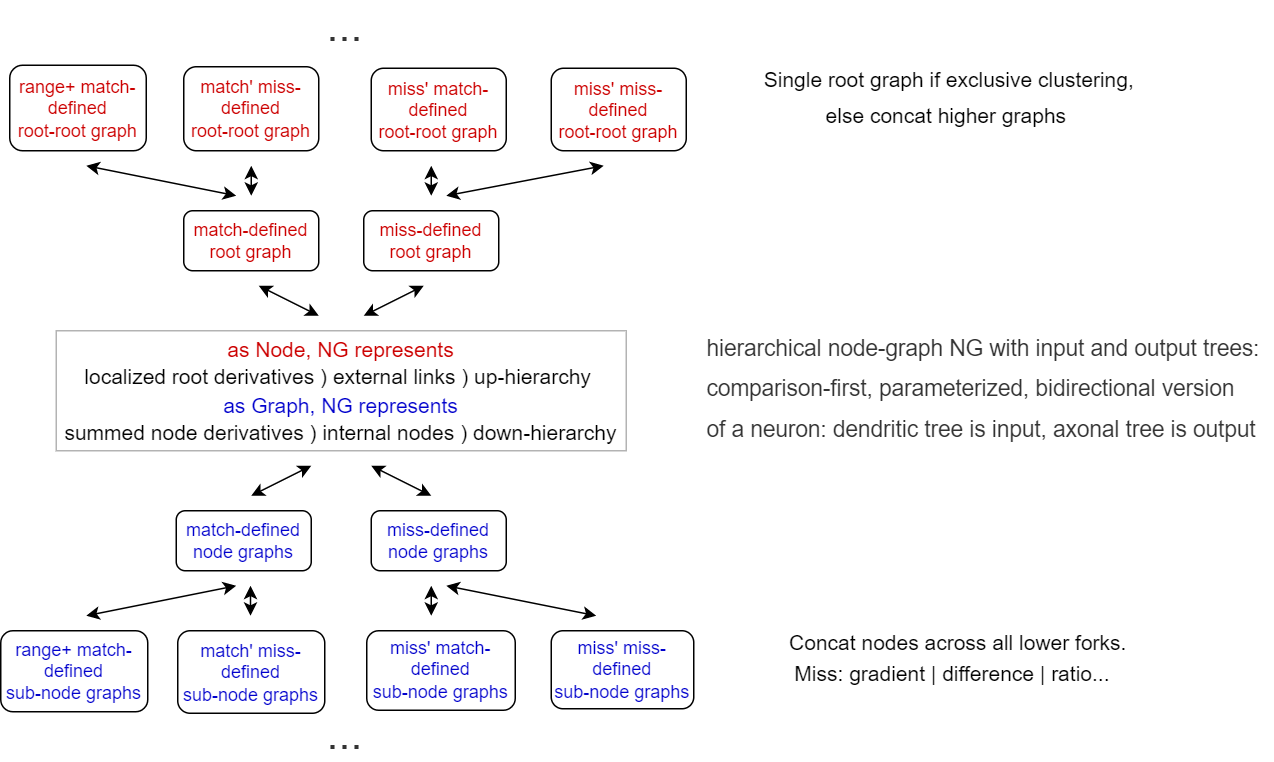
Before: frame_2D_alg/Illustrations/generic graph.drawio.png, a diagram exported from draw.io (boris-kz/CogAlg). Source tidied: cells renumbered, new cells last; positions are measured from the earlier drawing's top-left corner, leaving out a move shared by most shapes.
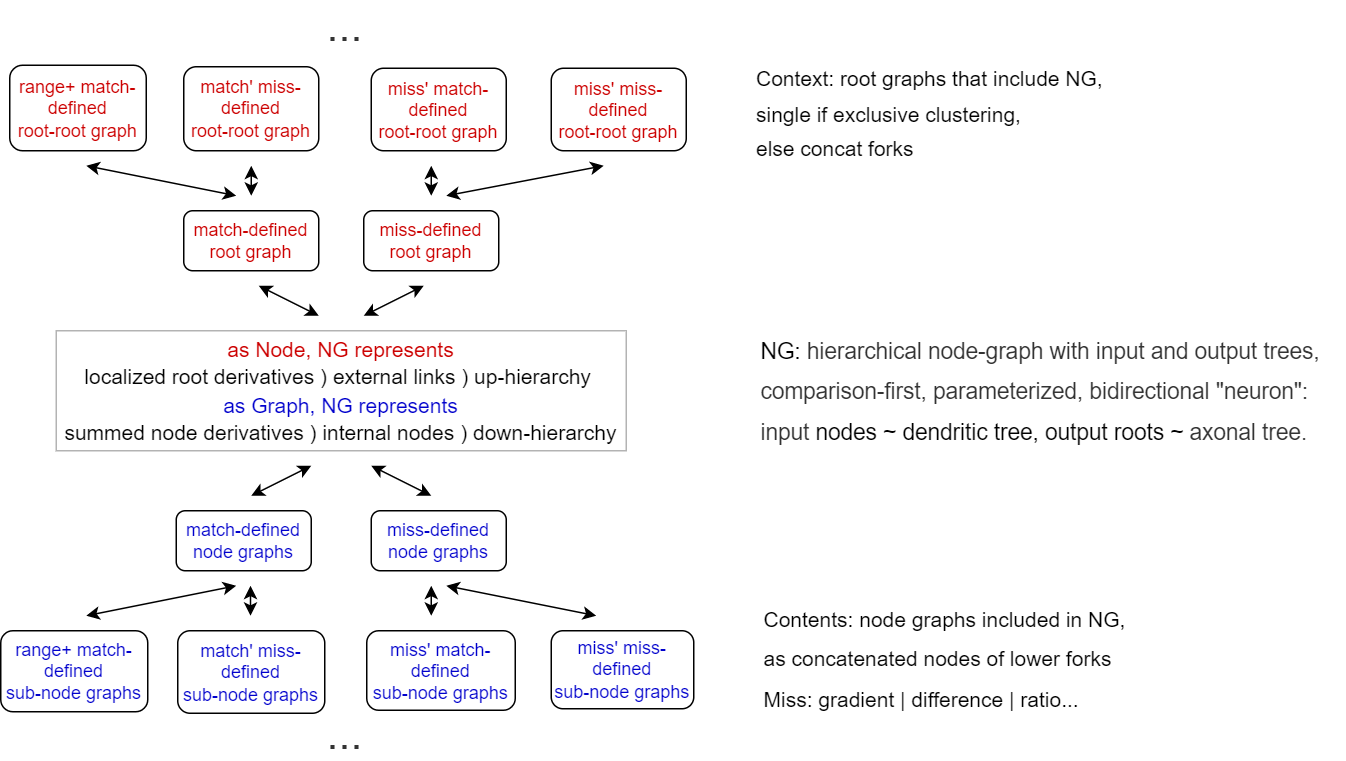
After the commit.

Change to the diagram source:
```diff
@@ -17,8 +17,8 @@
         <mxPoint x="247" y="308" as="targetPoint" />
       </mxGeometry>
     </mxCell>
-    <mxCell id="6" value="&lt;font style=&quot;font-size: 15px; line-height: 1.8;&quot;&gt;&lt;span style=&quot;color: rgb(51, 51, 51);&quot;&gt;hierarchical node-graph NG with i&lt;/span&gt;&lt;font color=&quot;#333333&quot; style=&quot;font-size: 15px;&quot;&gt;nput and output trees:&lt;br&gt;&lt;/font&gt;&lt;span style=&quot;color: rgb(51, 51, 51);&quot;&gt;comparison-first,&amp;nbsp;&lt;/span&gt;&lt;font color=&quot;#333333&quot; style=&quot;font-size: 15px;&quot;&gt;parameterized, bidirectional version &lt;br&gt;of a neuron: dendritic tree is input, axonal tree is output&lt;/font&gt;&lt;/font&gt;" style="text;html=1;align=left;verticalAlign=middle;strokeColor=none;fillColor=none;" parent="1" vertex="1">
-      <mxGeometry x="469" y="213" width="379" height="85" as="geometry" />
+    <mxCell id="6" value="&lt;font style=&quot;font-size: 15px; line-height: 1.8;&quot;&gt;NG:&amp;nbsp;&lt;span style=&quot;color: rgb(51, 51, 51);&quot;&gt;hierarchical node-graph with i&lt;/span&gt;&lt;font color=&quot;#333333&quot; style=&quot;font-size: 15px;&quot;&gt;nput and output trees,&lt;br&gt;&lt;/font&gt;&lt;span style=&quot;color: rgb(51, 51, 51);&quot;&gt;comparison-first,&amp;nbsp;&lt;/span&gt;&lt;font color=&quot;#333333&quot; style=&quot;font-size: 15px;&quot;&gt;parameterized, bidirectional &quot;neuron&quot;:&lt;br&gt;input&lt;/font&gt;&amp;nbsp;nodes ~ dendritic tree, output roots ~&amp;nbsp;&lt;font color=&quot;#333333&quot; style=&quot;font-size: 15px;&quot;&gt;axonal tree.&lt;/font&gt;&lt;/font&gt;" style="text;html=1;align=left;verticalAlign=middle;strokeColor=none;fillColor=none;" parent="1" vertex="1">
+      <mxGeometry x="505" y="211.5" width="391" height="93" as="geometry" />
     </mxCell>
     <mxCell id="7" value="&lt;font color=&quot;#0000cc&quot;&gt;match-defined&lt;br&gt;node graphs&lt;/font&gt;" style="rounded=1;whiteSpace=wrap;html=1;fontSize=12;glass=0;strokeWidth=1;shadow=0;" parent="1" vertex="1">
       <mxGeometry x="117" y="338" width="90" height="40" as="geometry" />
@@ -125,11 +125,11 @@
     <mxCell id="29" value="&lt;font style=&quot;font-size: 29px;&quot;&gt;...&lt;/font&gt;" style="text;html=1;align=center;verticalAlign=middle;strokeColor=none;fillColor=none;fontSize=14;fontColor=#333333;" parent="1" vertex="1">
       <mxGeometry x="209" width="40" height="30" as="geometry" />
     </mxCell>
-    <mxCell id="30" value="&lt;font style=&quot;font-size: 14px; line-height: 1.7;&quot;&gt;Single root graph if exclusive clustering, &lt;br&gt;else concat higher graphs&amp;nbsp;&lt;/font&gt;" style="text;html=1;align=center;verticalAlign=middle;strokeColor=none;fillColor=none;" parent="1" vertex="1">
-      <mxGeometry x="503" y="37" width="257" height="52" as="geometry" />
+    <mxCell id="30" value="&lt;font style=&quot;font-size: 14px; line-height: 1.7;&quot;&gt;Context: root graphs that include NG, &lt;br&gt;single if exclusive clustering,&amp;nbsp;&lt;br&gt;else concat forks&amp;nbsp;&lt;/font&gt;" style="text;html=1;align=left;verticalAlign=middle;strokeColor=none;fillColor=none;" parent="1" vertex="1">
+      <mxGeometry x="502" y="32" width="249" height="83" as="geometry" />
     </mxCell>
-    <mxCell id="31" value="&lt;p style=&quot;line-height: 1.5;&quot;&gt;Concat nodes across all lower forks.&lt;br&gt;Miss: gradient | difference | ratio...&amp;nbsp;&amp;nbsp;&lt;/p&gt;" style="text;html=1;align=center;verticalAlign=middle;strokeColor=none;fillColor=none;fontSize=14;" parent="1" vertex="1">
-      <mxGeometry x="520" y="399" width="235" height="74" as="geometry" />
+    <mxCell id="31" value="&lt;p style=&quot;line-height: 60%;&quot;&gt;Contents: n&lt;span style=&quot;background-color: initial;&quot;&gt;ode graphs included in NG,&amp;nbsp;&lt;/span&gt;&lt;/p&gt;&lt;p style=&quot;line-height: 60%;&quot;&gt;&lt;/p&gt;as concatenated nodes of&amp;nbsp;&lt;span style=&quot;background-color: initial;&quot;&gt;lower forks&lt;/span&gt;&lt;br&gt;&lt;p style=&quot;line-height: 60%;&quot;&gt;Miss: gradient | difference | ratio...&amp;nbsp;&amp;nbsp;&lt;/p&gt;" style="text;html=1;align=left;verticalAlign=middle;strokeColor=none;fillColor=none;fontSize=14;" parent="1" vertex="1">
+      <mxGeometry x="507" y="386" width="263" height="102" as="geometry" />
     </mxCell>
   </root>
 </mxGraphModel>
```
